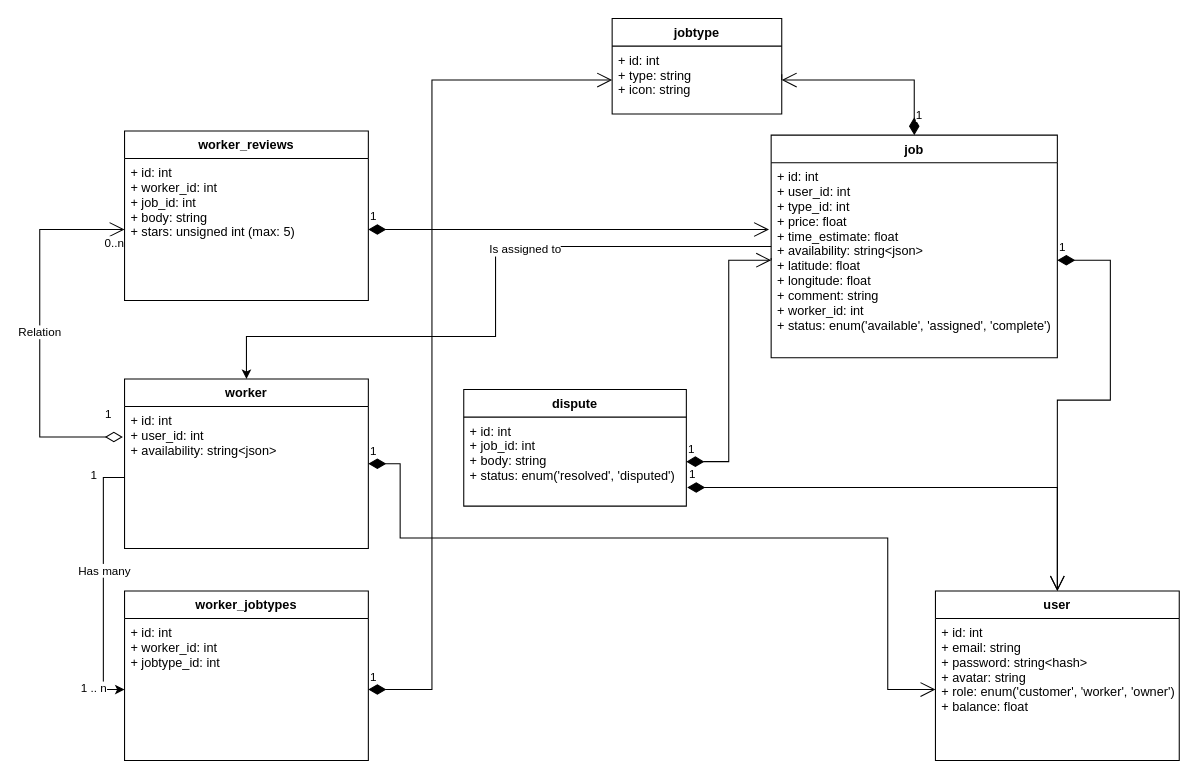
The draw.io diagram Docs/draw-io/database-uml-class-diagram.drawio in Simponic/JobFindr, before the edit. Source tidied: cells renumbered, new cells numbered last; positions are measured from the earlier drawing's top-left corner, leaving out a move shared by most shapes. Both pictures are drawn from the tidied source at 106%, with x=0, y=0 at pixel (39, 18).
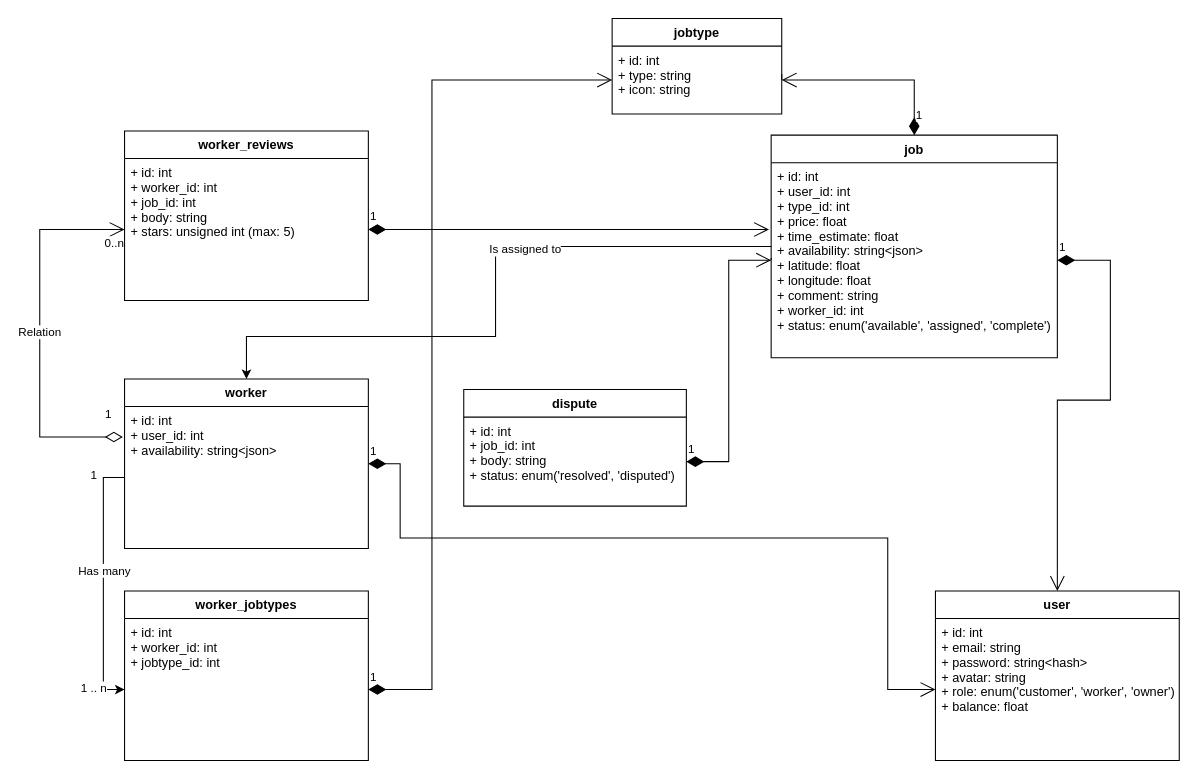
The same page after the edit.

Commit message (it also covers changes not shown here):
UML update; Removed unnecessary composition.

The change refers to these unchanged cells:
```xml
<mxCell id="4" value="user" style="swimlane;fontStyle=1;align=center;verticalAlign=top;horizontal=1;startSize=26;" parent="1" vertex="1">
  <mxGeometry x="845" y="540" width="230" height="160" as="geometry" />
</mxCell>
<mxCell id="19" value="+ id: int&#10;+ job_id: int&#10;+ body: string&#10;+ status: enum('resolved', 'disputed')&#10;" style="text;strokeColor=none;fillColor=none;align=left;verticalAlign=top;spacingLeft=4;spacingRight=4;overflow=hidden;points=[[0,0.5],[1,0.5]];portConstraint=eastwest;" parent="18" vertex="1">
  <mxGeometry y="26" width="210" height="84" as="geometry" />
</mxCell>
```

Change to the diagram source:
```diff
@@
-    <mxCell id="21" value="1" style="endArrow=open;html=1;endSize=12;startArrow=diamondThin;startSize=14;startFill=1;edgeStyle=orthogonalEdgeStyle;align=left;verticalAlign=bottom;rounded=0;exitX=1.004;exitY=0.79;exitDx=0;exitDy=0;entryX=0.5;entryY=0;entryDx=0;entryDy=0;exitPerimeter=0;" parent="1" edge="1" source="19" target="4">
-      <mxGeometry x="-1" y="3" relative="1" as="geometry">
-        <Array as="points">
-          <mxPoint x="960" y="442" />
-        </Array>
-      </mxGeometry>
-    </mxCell>
```
